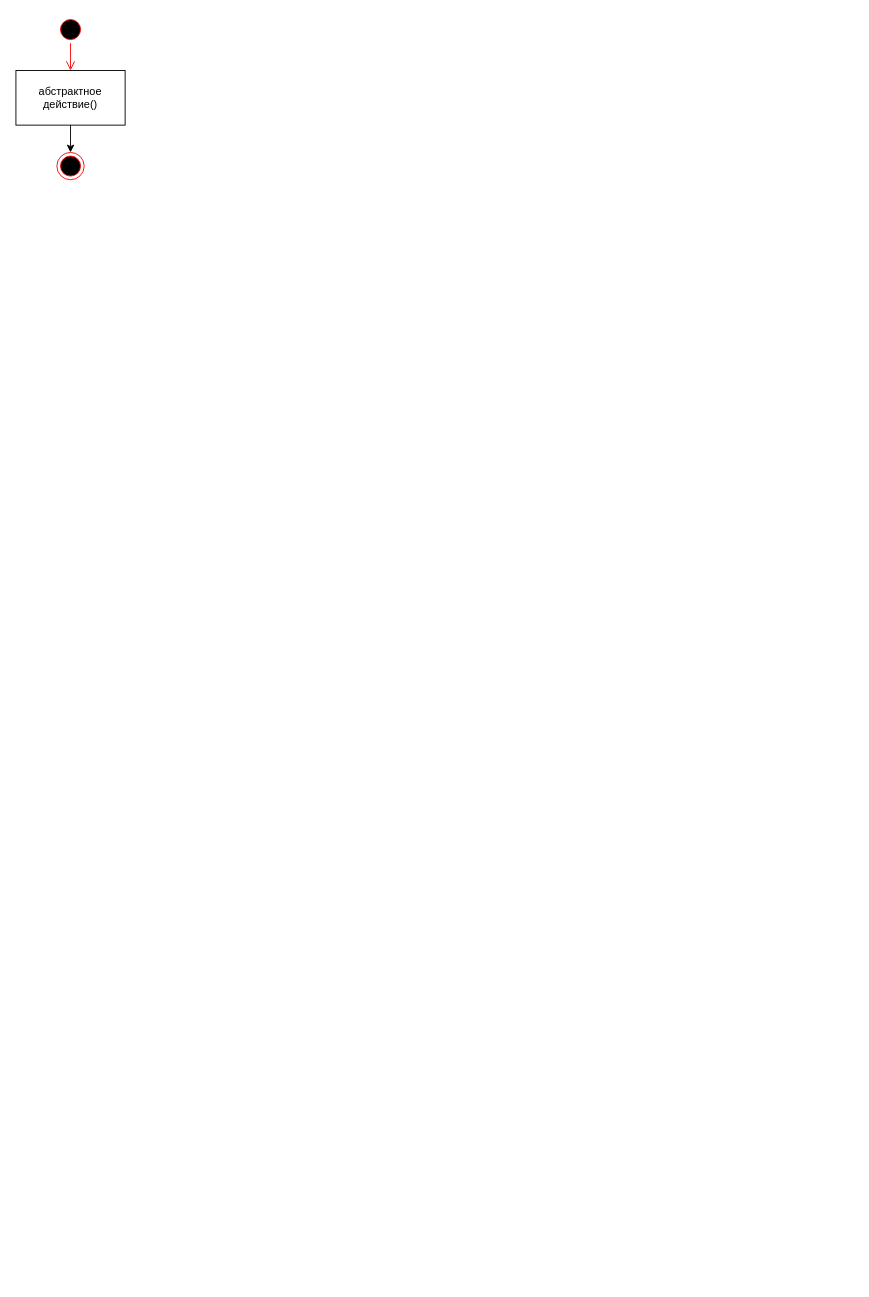
This is ТОАУ/ЛР2/4.drawio from eldarian-1/pstu, a draw.io file, before an edit. Source tidied: cells renumbered, new cells numbered last; positions are measured from the earlier drawing's top-left corner, leaving out a move shared by most shapes. Both pictures are drawn from the tidied source at 91%, with x=0, y=0 at pixel (15, 15).
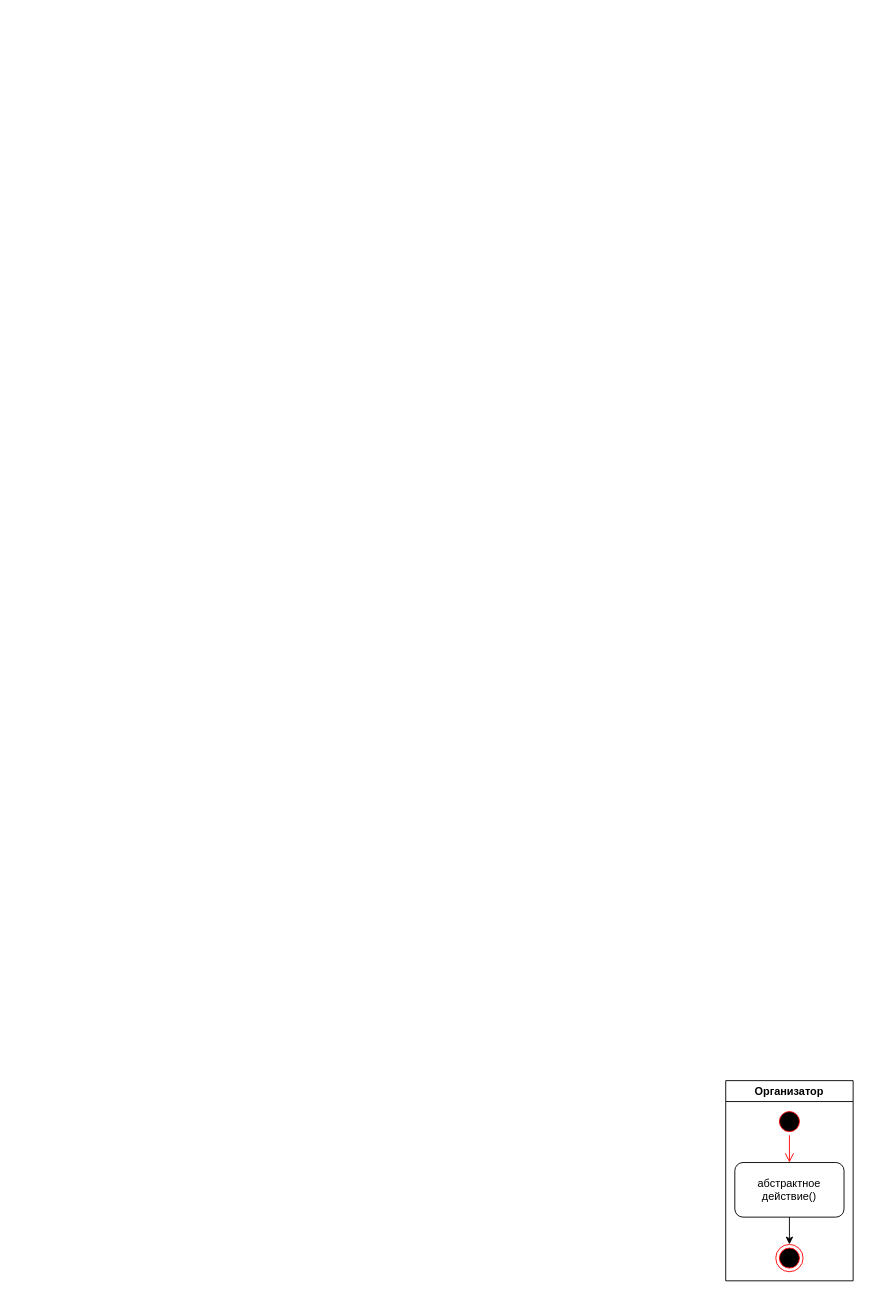
The same diagram, later.

Diff of the diagram source:
```diff
@@
 <mxGraphModel>
   <root>
     <mxCell id="0" />
     <mxCell id="1" parent="0" />
-    <mxCell id="2" style="ellipse;html=1;shape=startState;fillColor=#000000;strokeColor=#ff0000;" parent="1" vertex="1">
-      <mxGeometry x="45" width="30" height="30" as="geometry" />
-    </mxCell>
-    <mxCell id="3" style="edgeStyle=orthogonalEdgeStyle;html=1;verticalAlign=bottom;endArrow=open;endSize=8;strokeColor=#ff0000;rounded=0;" parent="1" edge="1" source="2" target="4">
-      <mxGeometry relative="1" as="geometry" />
-    </mxCell>
+    <mxCell id="7" value="Организатор" style="swimlane;" parent="1" vertex="1">
+      <mxGeometry x="780" y="1170" width="140" height="220" as="geometry" />
+    </mxCell>
+    <mxCell id="8" style="ellipse;html=1;shape=startState;fillColor=#000000;strokeColor=#ff0000;" parent="7" vertex="1">
+      <mxGeometry x="55" y="30" width="30" height="30" as="geometry" />
+    </mxCell>
+    <mxCell id="9" style="edgeStyle=orthogonalEdgeStyle;html=1;verticalAlign=bottom;endArrow=open;endSize=8;strokeColor=#ff0000;rounded=0;" parent="7" edge="1" source="8" target="4">
+      <mxGeometry relative="1" as="geometry" />
+    </mxCell>
-    <mxCell id="4" value="абстрактное действие()" style="rounded=0;whiteSpace=wrap;html=1;" parent="1" vertex="1">
-      <mxGeometry y="60" width="120" height="60" as="geometry" />
+    <mxCell id="4" value="абстрактное действие()" style="rounded=1;whiteSpace=wrap;html=1;" parent="7" vertex="1">
+      <mxGeometry x="10" y="90" width="120" height="60" as="geometry" />
     </mxCell>
-    <mxCell id="5" style="ellipse;html=1;shape=endState;fillColor=#000000;strokeColor=#ff0000;" parent="1" vertex="1">
-      <mxGeometry x="45" y="150" width="30" height="30" as="geometry" />
-    </mxCell>
-    <mxCell id="6" style="endArrow=classic;html=1;rounded=0;" parent="1" edge="1" source="4" target="5">
-      <mxGeometry relative="1" as="geometry" />
-    </mxCell>
+    <mxCell id="10" style="ellipse;html=1;shape=endState;fillColor=#000000;strokeColor=#ff0000;" parent="7" vertex="1">
+      <mxGeometry x="55" y="180" width="30" height="30" as="geometry" />
+    </mxCell>
+    <mxCell id="11" style="endArrow=classic;html=1;rounded=0;" parent="7" edge="1" source="4" target="10">
+      <mxGeometry relative="1" as="geometry" />
+    </mxCell>
   </root>
 </mxGraphModel>
```
